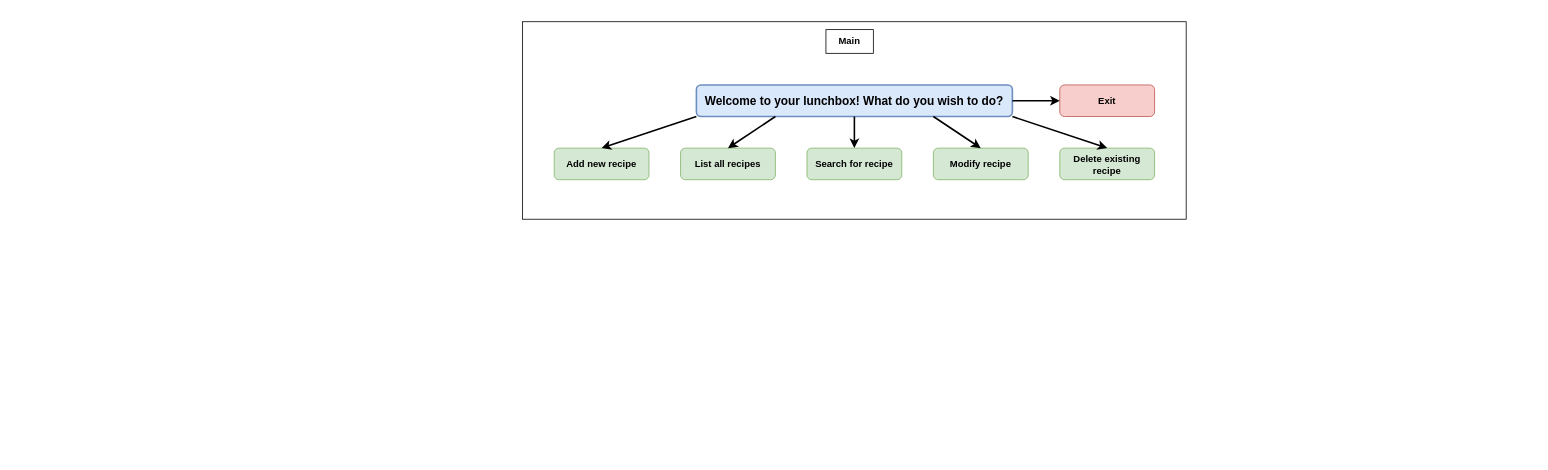
Above: Untitled Diagram.drawio in ixilminiussi/lunchbox (draw.io), before the change. Source tidied: cells renumbered, new cells numbered last; positions are measured from the earlier drawing's top-left corner, leaving out a move shared by most shapes. Both pictures are drawn from the tidied source at 79%, with x=0, y=0 at pixel (522, 21).
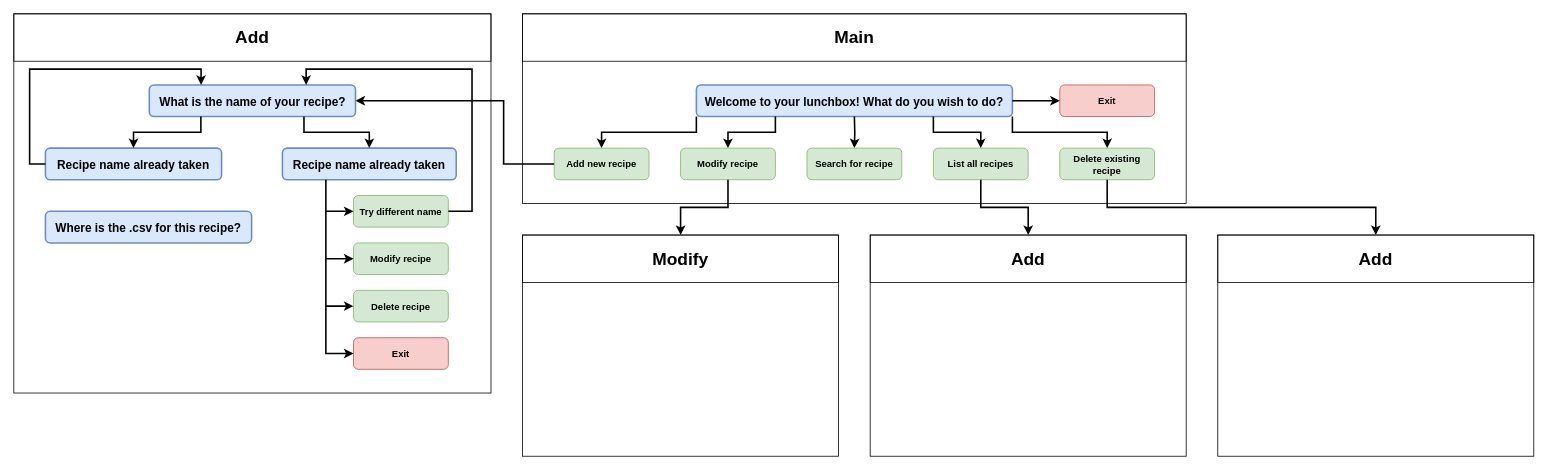
The same page after the edit.

Commit message:
Making csv progress

Unchanged cells that the change refers to:
```xml
<mxCell id="4" value="Add new recipe" style="text;html=1;align=center;verticalAlign=middle;whiteSpace=wrap;rounded=1;fillColor=#d5e8d4;strokeColor=#82b366;spacingTop=2;fontStyle=1;" parent="1" vertex="1">
  <mxGeometry x="40" y="160" width="120" height="40" as="geometry" />
</mxCell>
<mxCell id="6" value="Search for recipe" style="text;html=1;align=center;verticalAlign=middle;whiteSpace=wrap;rounded=1;fillColor=#d5e8d4;strokeColor=#82b366;spacingTop=2;fontStyle=1;" parent="1" vertex="1">
  <mxGeometry x="360" y="160" width="120" height="40" as="geometry" />
</mxCell>
<mxCell id="8" value="Delete existing recipe" style="text;html=1;align=center;verticalAlign=middle;whiteSpace=wrap;rounded=1;fillColor=#d5e8d4;strokeColor=#82b366;spacingTop=2;fontStyle=1;" parent="1" vertex="1">
  <mxGeometry x="680" y="160" width="120" height="40" as="geometry" />
</mxCell>
<mxCell id="9" value="Exit" style="text;html=1;align=center;verticalAlign=middle;whiteSpace=wrap;rounded=1;fillColor=#f8cecc;strokeColor=#b85450;spacingTop=2;fontStyle=1;" parent="1" vertex="1">
  <mxGeometry x="680" y="80" width="120" height="40" as="geometry" />
</mxCell>
```

Change to the diagram source:
```diff
@@
     <mxCell id="2" style="rounded=0;whiteSpace=wrap;html=1;" parent="1" vertex="1">
-      <mxGeometry width="840" height="250" as="geometry" />
+      <mxGeometry y="-10" width="840" height="240" as="geometry" />
     </mxCell>
-    <mxCell id="3" value="Welcome to your lunchbox! What do you wish to do?" style="text;html=1;align=center;verticalAlign=middle;whiteSpace=wrap;rounded=1;fontStyle=1;fontSize=15;strokeColor=#6c8ebf;strokeWidth=2;fillColor=#dae8fc;" parent="1" vertex="1">
+    <mxCell id="3" value="Welcome to your lunchbox! What do you wish to do?" style="text;html=1;align=center;verticalAlign=middle;whiteSpace=wrap;rounded=1;fontStyle=1;fontSize=15;strokeColor=#6c8ebf;strokeWidth=2;fillColor=#dae8fc;spacingTop=2;" parent="1" vertex="1">
       <mxGeometry x="220" y="80" width="400" height="40" as="geometry" />
     </mxCell>
@@
-    <mxCell id="5" value="List all recipes" style="text;html=1;align=center;verticalAlign=middle;whiteSpace=wrap;rounded=1;fillColor=#d5e8d4;strokeColor=#82b366;spacingTop=2;fontStyle=1;" parent="1" vertex="1">
+    <mxCell id="5" value="Modify recipe" style="text;html=1;align=center;verticalAlign=middle;whiteSpace=wrap;rounded=1;fillColor=#d5e8d4;strokeColor=#82b366;spacingTop=2;fontStyle=1;" parent="1" vertex="1">
       <mxGeometry x="200" y="160" width="120" height="40" as="geometry" />
     </mxCell>
@@
-    <mxCell id="7" value="Modify recipe" style="text;html=1;align=center;verticalAlign=middle;whiteSpace=wrap;rounded=1;fillColor=#d5e8d4;strokeColor=#82b366;spacingTop=2;fontStyle=1;" parent="1" vertex="1">
+    <mxCell id="7" value="List all recipes" style="text;html=1;align=center;verticalAlign=middle;whiteSpace=wrap;rounded=1;fillColor=#d5e8d4;strokeColor=#82b366;spacingTop=2;fontStyle=1;" parent="1" vertex="1">
       <mxGeometry x="520" y="160" width="120" height="40" as="geometry" />
     </mxCell>
@@
-    <mxCell id="10" style="endArrow=classic;html=1;rounded=0;entryX=0.5;entryY=0;entryDx=0;entryDy=0;strokeWidth=2;exitX=0;exitY=1;exitDx=0;exitDy=0;" parent="1" edge="1" source="3" target="4">
+    <mxCell id="10" style="endArrow=classic;html=1;rounded=0;entryX=0.5;entryY=0;entryDx=0;entryDy=0;strokeWidth=2;exitX=0;exitY=1;exitDx=0;exitDy=0;edgeStyle=orthogonalEdgeStyle;" parent="1" edge="1" source="3" target="4">
       <mxGeometry relative="1" as="geometry" />
     </mxCell>
-    <mxCell id="11" style="endArrow=classic;html=1;rounded=0;exitX=0.25;exitY=1;exitDx=0;exitDy=0;entryX=0.5;entryY=0;entryDx=0;entryDy=0;strokeWidth=2;" parent="1" edge="1" source="3" target="5">
+    <mxCell id="11" style="endArrow=classic;html=1;rounded=0;exitX=0.25;exitY=1;exitDx=0;exitDy=0;entryX=0.5;entryY=0;entryDx=0;entryDy=0;strokeWidth=2;edgeStyle=orthogonalEdgeStyle;" parent="1" edge="1" source="3" target="5">
       <mxGeometry relative="1" as="geometry" />
     </mxCell>
-    <mxCell id="12" style="endArrow=classic;html=1;rounded=0;entryX=0.5;entryY=0;entryDx=0;entryDy=0;strokeWidth=2;" parent="1" edge="1" target="6">
+    <mxCell id="12" style="endArrow=classic;html=1;rounded=0;entryX=0.5;entryY=0;entryDx=0;entryDy=0;strokeWidth=2;edgeStyle=orthogonalEdgeStyle;" parent="1" edge="1" target="6">
       <mxGeometry relative="1" as="geometry">
         <mxPoint x="420" y="120" as="sourcePoint" />
       </mxGeometry>
     </mxCell>
-    <mxCell id="13" style="endArrow=classic;html=1;rounded=0;entryX=0.5;entryY=0;entryDx=0;entryDy=0;strokeWidth=2;exitX=0.75;exitY=1;exitDx=0;exitDy=0;" parent="1" edge="1" source="3" target="7">
+    <mxCell id="13" style="endArrow=classic;html=1;rounded=0;entryX=0.5;entryY=0;entryDx=0;entryDy=0;strokeWidth=2;exitX=0.75;exitY=1;exitDx=0;exitDy=0;edgeStyle=orthogonalEdgeStyle;" parent="1" edge="1" source="3" target="7">
       <mxGeometry relative="1" as="geometry" />
     </mxCell>
-    <mxCell id="14" style="endArrow=classic;html=1;rounded=0;entryX=0.5;entryY=0;entryDx=0;entryDy=0;strokeWidth=2;exitX=1;exitY=1;exitDx=0;exitDy=0;" parent="1" edge="1" source="3" target="8">
+    <mxCell id="14" style="endArrow=classic;html=1;rounded=0;entryX=0.5;entryY=0;entryDx=0;entryDy=0;strokeWidth=2;exitX=1;exitY=1;exitDx=0;exitDy=0;edgeStyle=orthogonalEdgeStyle;" parent="1" edge="1" source="3" target="8">
       <mxGeometry relative="1" as="geometry" />
     </mxCell>
-    <mxCell id="15" style="endArrow=classic;html=1;rounded=0;entryX=0;entryY=0.5;entryDx=0;entryDy=0;strokeWidth=2;exitX=1;exitY=0.5;exitDx=0;exitDy=0;" parent="1" edge="1" source="3" target="9">
+    <mxCell id="15" style="endArrow=classic;html=1;rounded=0;entryX=0;entryY=0.5;entryDx=0;entryDy=0;strokeWidth=2;exitX=1;exitY=0.5;exitDx=0;exitDy=0;edgeStyle=orthogonalEdgeStyle;" parent="1" edge="1" source="3" target="9">
       <mxGeometry relative="1" as="geometry" />
     </mxCell>
-    <mxCell id="16" value="&lt;b&gt;Main&lt;/b&gt;" style="text;html=1;align=center;verticalAlign=middle;whiteSpace=wrap;rounded=0;strokeColor=default;" parent="1" vertex="1">
-      <mxGeometry x="384" y="10" width="60" height="30" as="geometry" />
+    <mxCell id="16" value="&lt;b style=&quot;font-size: 22px;&quot;&gt;Main&lt;/b&gt;" style="text;html=1;align=center;verticalAlign=middle;whiteSpace=wrap;rounded=0;strokeColor=default;fontSize=22;spacingTop=2;" parent="1" vertex="1">
+      <mxGeometry y="-10" width="840" height="60" as="geometry" />
     </mxCell>
+    <mxCell id="17" style="rounded=0;whiteSpace=wrap;html=1;" parent="1" vertex="1">
+      <mxGeometry x="-644" y="-10" width="604" height="480" as="geometry" />
+    </mxCell>
+    <mxCell id="18" value="&lt;div&gt;Add&lt;/div&gt;" style="text;html=1;align=center;verticalAlign=middle;whiteSpace=wrap;rounded=0;fontSize=22;fontStyle=1;strokeColor=default;spacingTop=2;" parent="1" vertex="1">
+      <mxGeometry x="-644" y="-10" width="604" height="60" as="geometry" />
+    </mxCell>
+    <mxCell id="19" style="endArrow=classic;html=1;rounded=0;entryX=1;entryY=0.5;entryDx=0;entryDy=0;strokeWidth=2;exitX=0;exitY=0.5;exitDx=0;exitDy=0;edgeStyle=orthogonalEdgeStyle;" parent="1" edge="1" source="4" target="29">
+      <mxGeometry relative="1" as="geometry">
+        <Array as="points">
+          <mxPoint x="-24" y="180" />
+          <mxPoint x="-24" y="100" />
+        </Array>
+      </mxGeometry>
+    </mxCell>
+    <mxCell id="20" style="rounded=0;whiteSpace=wrap;html=1;" parent="1" vertex="1">
+      <mxGeometry y="270" width="400" height="280" as="geometry" />
+    </mxCell>
+    <mxCell id="21" value="Modify" style="text;html=1;align=center;verticalAlign=middle;whiteSpace=wrap;rounded=0;fontSize=22;fontStyle=1;strokeColor=default;spacingTop=2;" parent="1" vertex="1">
+      <mxGeometry y="270" width="400" height="60" as="geometry" />
+    </mxCell>
+    <mxCell id="22" style="rounded=0;whiteSpace=wrap;html=1;" parent="1" vertex="1">
+      <mxGeometry x="440" y="270" width="400" height="280" as="geometry" />
+    </mxCell>
+    <mxCell id="23" value="&lt;div&gt;Add&lt;/div&gt;" style="text;html=1;align=center;verticalAlign=middle;whiteSpace=wrap;rounded=0;fontSize=22;fontStyle=1;strokeColor=default;spacingTop=2;" parent="1" vertex="1">
+      <mxGeometry x="440" y="270" width="400" height="60" as="geometry" />
+    </mxCell>
+    <mxCell id="24" style="rounded=0;whiteSpace=wrap;html=1;" parent="1" vertex="1">
+      <mxGeometry x="880" y="270" width="400" height="280" as="geometry" />
+    </mxCell>
+    <mxCell id="25" value="&lt;div&gt;Add&lt;/div&gt;" style="text;html=1;align=center;verticalAlign=middle;whiteSpace=wrap;rounded=0;fontSize=22;fontStyle=1;strokeColor=default;spacingTop=2;" parent="1" vertex="1">
+      <mxGeometry x="880" y="270" width="400" height="60" as="geometry" />
+    </mxCell>
+    <mxCell id="26" style="endArrow=classic;html=1;rounded=0;entryX=0.5;entryY=0;entryDx=0;entryDy=0;strokeWidth=2;exitX=0.5;exitY=1;exitDx=0;exitDy=0;edgeStyle=orthogonalEdgeStyle;" parent="1" edge="1" source="5" target="21">
+      <mxGeometry relative="1" as="geometry" />
+    </mxCell>
+    <mxCell id="27" style="endArrow=classic;html=1;rounded=0;entryX=0.5;entryY=0;entryDx=0;entryDy=0;strokeWidth=2;exitX=0.5;exitY=1;exitDx=0;exitDy=0;edgeStyle=orthogonalEdgeStyle;" parent="1" edge="1" source="7" target="23">
+      <mxGeometry relative="1" as="geometry" />
+    </mxCell>
+    <mxCell id="28" style="endArrow=classic;html=1;rounded=0;entryX=0.5;entryY=0;entryDx=0;entryDy=0;strokeWidth=2;exitX=0.5;exitY=1;exitDx=0;exitDy=0;edgeStyle=orthogonalEdgeStyle;" parent="1" edge="1" source="8" target="25">
+      <mxGeometry relative="1" as="geometry" />
+    </mxCell>
+    <mxCell id="29" value="What is the name of your recipe?" style="text;html=1;align=center;verticalAlign=middle;whiteSpace=wrap;rounded=1;fontStyle=1;fontSize=15;strokeColor=#6c8ebf;strokeWidth=2;fillColor=#dae8fc;spacingTop=2;" parent="1" vertex="1">
+      <mxGeometry x="-472.5" y="80" width="261" height="40" as="geometry" />
+    </mxCell>
+    <mxCell id="30" value="Recipe name already taken" style="text;html=1;align=center;verticalAlign=middle;whiteSpace=wrap;rounded=1;fontStyle=1;fontSize=15;strokeColor=#6c8ebf;strokeWidth=2;fillColor=#dae8fc;spacingTop=2;" parent="1" vertex="1">
+      <mxGeometry x="-604" y="160" width="223" height="40" as="geometry" />
+    </mxCell>
+    <mxCell id="31" value="&lt;div&gt;Recipe name already taken&lt;/div&gt;" style="text;html=1;align=center;verticalAlign=middle;whiteSpace=wrap;rounded=1;fontStyle=1;fontSize=15;strokeColor=#6c8ebf;strokeWidth=2;fillColor=#dae8fc;spacingTop=2;" parent="1" vertex="1">
+      <mxGeometry x="-304" y="160" width="220" height="40" as="geometry" />
+    </mxCell>
+    <mxCell id="32" style="endArrow=classic;html=1;rounded=0;exitX=0.75;exitY=1;exitDx=0;exitDy=0;entryX=0.5;entryY=0;entryDx=0;entryDy=0;strokeWidth=2;edgeStyle=orthogonalEdgeStyle;" parent="1" edge="1" source="29" target="31">
+      <mxGeometry relative="1" as="geometry" />
+    </mxCell>
+    <mxCell id="33" style="endArrow=classic;html=1;rounded=0;exitX=0.25;exitY=1;exitDx=0;exitDy=0;strokeWidth=2;edgeStyle=orthogonalEdgeStyle;" parent="1" edge="1" source="29" target="30">
+      <mxGeometry relative="1" as="geometry" />
+    </mxCell>
+    <mxCell id="34" value="Try different name" style="text;html=1;align=center;verticalAlign=middle;whiteSpace=wrap;rounded=1;fillColor=#d5e8d4;strokeColor=#82b366;spacingTop=2;fontStyle=1;" parent="1" vertex="1">
+      <mxGeometry x="-214" y="220" width="120" height="40" as="geometry" />
+    </mxCell>
+    <mxCell id="35" value="Modify recipe" style="text;html=1;align=center;verticalAlign=middle;whiteSpace=wrap;rounded=1;fillColor=#d5e8d4;strokeColor=#82b366;spacingTop=2;fontStyle=1;" parent="1" vertex="1">
+      <mxGeometry x="-214" y="280" width="120" height="40" as="geometry" />
+    </mxCell>
+    <mxCell id="36" value="Delete recipe" style="text;html=1;align=center;verticalAlign=middle;whiteSpace=wrap;rounded=1;fillColor=#d5e8d4;strokeColor=#82b366;spacingTop=2;fontStyle=1;" parent="1" vertex="1">
+      <mxGeometry x="-214" y="340" width="120" height="40" as="geometry" />
+    </mxCell>
+    <mxCell id="37" value="&lt;div&gt;Exit&lt;/div&gt;" style="text;html=1;align=center;verticalAlign=middle;whiteSpace=wrap;rounded=1;fillColor=#f8cecc;strokeColor=#b85450;spacingTop=2;fontStyle=1;" parent="1" vertex="1">
+      <mxGeometry x="-214" y="400" width="120" height="40" as="geometry" />
+    </mxCell>
+    <mxCell id="38" style="endArrow=classic;html=1;rounded=0;exitX=0.25;exitY=1;exitDx=0;exitDy=0;entryX=0;entryY=0.5;entryDx=0;entryDy=0;strokeWidth=2;edgeStyle=elbowEdgeStyle;" parent="1" edge="1" source="31" target="34">
+      <mxGeometry relative="1" as="geometry">
+        <Array as="points">
+          <mxPoint x="-249" y="220" />
+        </Array>
+      </mxGeometry>
+    </mxCell>
+    <mxCell id="39" style="endArrow=classic;html=1;rounded=0;exitX=0.25;exitY=1;exitDx=0;exitDy=0;entryX=0;entryY=0.5;entryDx=0;entryDy=0;strokeWidth=2;edgeStyle=elbowEdgeStyle;" parent="1" edge="1" target="35">
+      <mxGeometry relative="1" as="geometry">
+        <mxPoint x="-249" y="240" as="sourcePoint" />
+        <Array as="points">
+          <mxPoint x="-249" y="260" />
+        </Array>
+      </mxGeometry>
+    </mxCell>
+    <mxCell id="40" style="endArrow=classic;html=1;rounded=0;exitX=0.25;exitY=1;exitDx=0;exitDy=0;entryX=0;entryY=0.5;entryDx=0;entryDy=0;strokeWidth=2;edgeStyle=elbowEdgeStyle;" parent="1" edge="1">
+      <mxGeometry relative="1" as="geometry">
+        <mxPoint x="-249" y="300" as="sourcePoint" />
+        <mxPoint x="-214" y="360" as="targetPoint" />
+        <Array as="points">
+          <mxPoint x="-249" y="320" />
+        </Array>
+      </mxGeometry>
+    </mxCell>
+    <mxCell id="41" style="endArrow=classic;html=1;rounded=0;exitX=0.25;exitY=1;exitDx=0;exitDy=0;entryX=0;entryY=0.5;entryDx=0;entryDy=0;strokeWidth=2;edgeStyle=elbowEdgeStyle;" parent="1" edge="1">
+      <mxGeometry relative="1" as="geometry">
+        <mxPoint x="-249" y="360" as="sourcePoint" />
+        <mxPoint x="-214" y="420" as="targetPoint" />
+        <Array as="points">
+          <mxPoint x="-249" y="380" />
+        </Array>
+      </mxGeometry>
+    </mxCell>
+    <mxCell id="42" style="endArrow=classic;html=1;rounded=0;exitX=0.75;exitY=1;exitDx=0;exitDy=0;strokeWidth=2;edgeStyle=orthogonalEdgeStyle;" parent="1" edge="1">
+      <mxGeometry relative="1" as="geometry">
+        <mxPoint x="-94" y="240" as="sourcePoint" />
+        <mxPoint x="-274" y="80" as="targetPoint" />
+        <Array as="points">
+          <mxPoint x="-64" y="240" />
+          <mxPoint x="-64" y="60" />
+          <mxPoint x="-274" y="60" />
+          <mxPoint x="-274" y="80" />
+        </Array>
+      </mxGeometry>
+    </mxCell>
+    <mxCell id="43" style="endArrow=classic;html=1;rounded=0;exitX=0;exitY=0.5;exitDx=0;exitDy=0;strokeWidth=2;edgeStyle=orthogonalEdgeStyle;" parent="1" edge="1" source="30">
+      <mxGeometry relative="1" as="geometry">
+        <mxPoint x="-407" y="80" as="targetPoint" />
+        <Array as="points">
+          <mxPoint x="-624" y="180" />
+          <mxPoint x="-624" y="60" />
+          <mxPoint x="-407" y="60" />
+        </Array>
+      </mxGeometry>
+    </mxCell>
+    <mxCell id="44" value="Where is the .csv for this recipe?" style="text;html=1;align=center;verticalAlign=middle;whiteSpace=wrap;rounded=1;fontStyle=1;fontSize=15;strokeColor=#6c8ebf;strokeWidth=2;fillColor=#dae8fc;spacingTop=2;" parent="1" vertex="1">
+      <mxGeometry x="-604" y="240" width="261" height="40" as="geometry" />
+    </mxCell>
```
